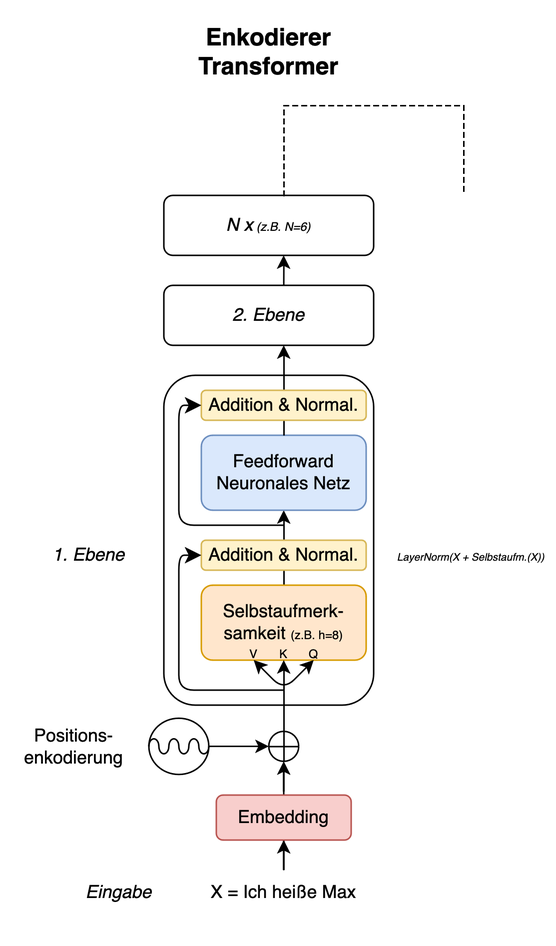
Above: assets/img/transformer_enkodierer.png in omseeth/omseeth.github.io (draw.io), before the change. Source tidied: cells renumbered, new cells last; positions are measured from the earlier drawing's top-left corner, leaving out a move shared by most shapes.
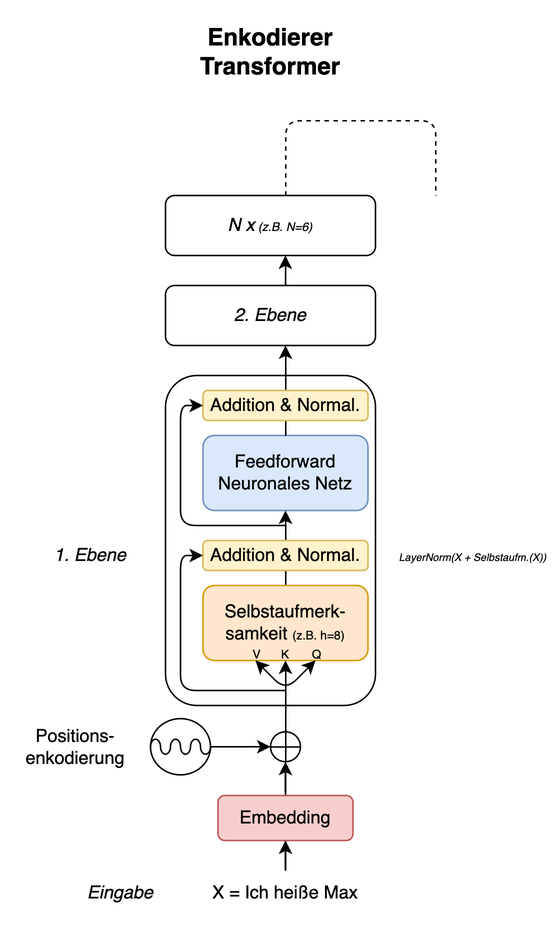
Above is the later version.

What changed in the source:
```diff
@@ -76,7 +76,7 @@
         </Array>
       </mxGeometry>
     </mxCell>
-    <mxCell id="23" style="edgeStyle=elbowEdgeStyle;elbow=horizontal;endArrow=classic;html=1;curved=0;rounded=1;endSize=8;startSize=8;entryX=0;entryY=0.5;entryDx=0;entryDy=0;" parent="1" edge="1" target="17">
+    <mxCell id="23" style="edgeStyle=elbowEdgeStyle;elbow=horizontal;endArrow=classic;html=1;curved=0;rounded=1;endSize=6;startSize=6;entryX=0;entryY=0.5;entryDx=0;entryDy=0;" parent="1" edge="1" target="17">
       <mxGeometry relative="1" as="geometry">
         <mxPoint x="190" y="460" as="sourcePoint" />
         <Array as="points">
@@ -84,7 +84,7 @@
         </Array>
       </mxGeometry>
     </mxCell>
-    <mxCell id="24" style="edgeStyle=elbowEdgeStyle;elbow=horizontal;endArrow=classic;html=1;curved=0;rounded=1;endSize=8;startSize=8;entryX=0;entryY=0.5;entryDx=0;entryDy=0;" parent="1" edge="1" target="20">
+    <mxCell id="24" style="edgeStyle=elbowEdgeStyle;elbow=horizontal;endArrow=classic;html=1;curved=0;rounded=1;endSize=6;startSize=6;entryX=0;entryY=0.5;entryDx=0;entryDy=0;" parent="1" edge="1" target="20">
       <mxGeometry relative="1" as="geometry">
         <mxPoint x="190" y="350" as="sourcePoint" />
         <Array as="points">
@@ -106,9 +106,6 @@
         <mxPoint x="189.9" y="190" as="sourcePoint" />
       </mxGeometry>
     </mxCell>
-    <mxCell id="29" style="shape=partialRectangle;whiteSpace=wrap;html=1;bottom=1;right=1;left=1;top=0;fillColor=none;routingCenterX=-0.5;rotation=-180;dashed=1;" parent="1" vertex="1">
-      <mxGeometry x="190" y="70" width="120" height="60" as="geometry" />
-    </mxCell>
     <mxCell id="30" value="&lt;div&gt;&lt;font style=&quot;font-size: 16px;&quot;&gt;&lt;b&gt;Enkodierer&lt;/b&gt;&lt;/font&gt;&lt;/div&gt;&lt;div&gt;&lt;font style=&quot;font-size: 16px;&quot;&gt;&lt;b&gt;Transformer&lt;br&gt;&lt;/b&gt;&lt;/font&gt;&lt;/div&gt;" style="text;html=1;align=center;verticalAlign=middle;whiteSpace=wrap;rounded=0;" parent="1" vertex="1">
       <mxGeometry x="150" y="10" width="60" height="50" as="geometry" />
     </mxCell>
@@ -124,5 +121,16 @@
     <mxCell id="34" value="&lt;i&gt;&lt;font style=&quot;font-size: 7px;&quot;&gt;LayerNorm(X + Selbstaufm.(X))&lt;/font&gt;&lt;/i&gt;" style="text;html=1;align=center;verticalAlign=middle;whiteSpace=wrap;rounded=0;" parent="1" vertex="1">
       <mxGeometry x="260" y="355" width="110" height="30" as="geometry" />
     </mxCell>
+    <mxCell id="35" style="edgeStyle=segmentEdgeStyle;endArrow=none;html=1;curved=0;rounded=1;endSize=8;startSize=8;dashed=1;endFill=0;" parent="1" edge="1">
+      <mxGeometry relative="1" as="geometry">
+        <mxPoint x="190" y="130" as="sourcePoint" />
+        <mxPoint x="290" y="130" as="targetPoint" />
+        <Array as="points">
+          <mxPoint x="190" y="80" />
+          <mxPoint x="290" y="80" />
+          <mxPoint x="290" y="130" />
+        </Array>
+      </mxGeometry>
+    </mxCell>
   </root>
 </mxGraphModel>
```
